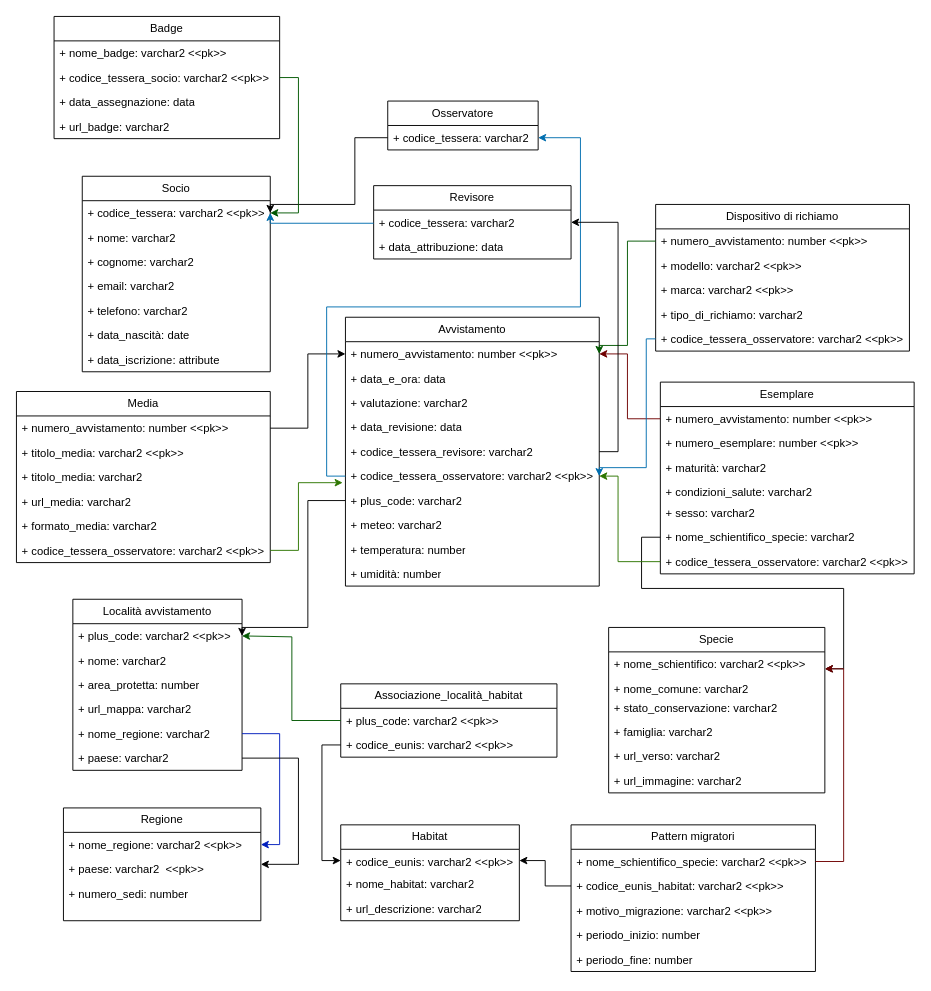
Above: page "Page-2" (2 of 4) of document/DiagramUML.drawio in uni-aca100/db-uni (draw.io), before the change. Source tidied: cells renumbered, new cells numbered last; positions are measured from the earlier drawing's top-left corner, leaving out a move shared by most shapes. Both pictures are drawn from the tidied source at 94%, with x=0, y=0 at pixel (16, 16).
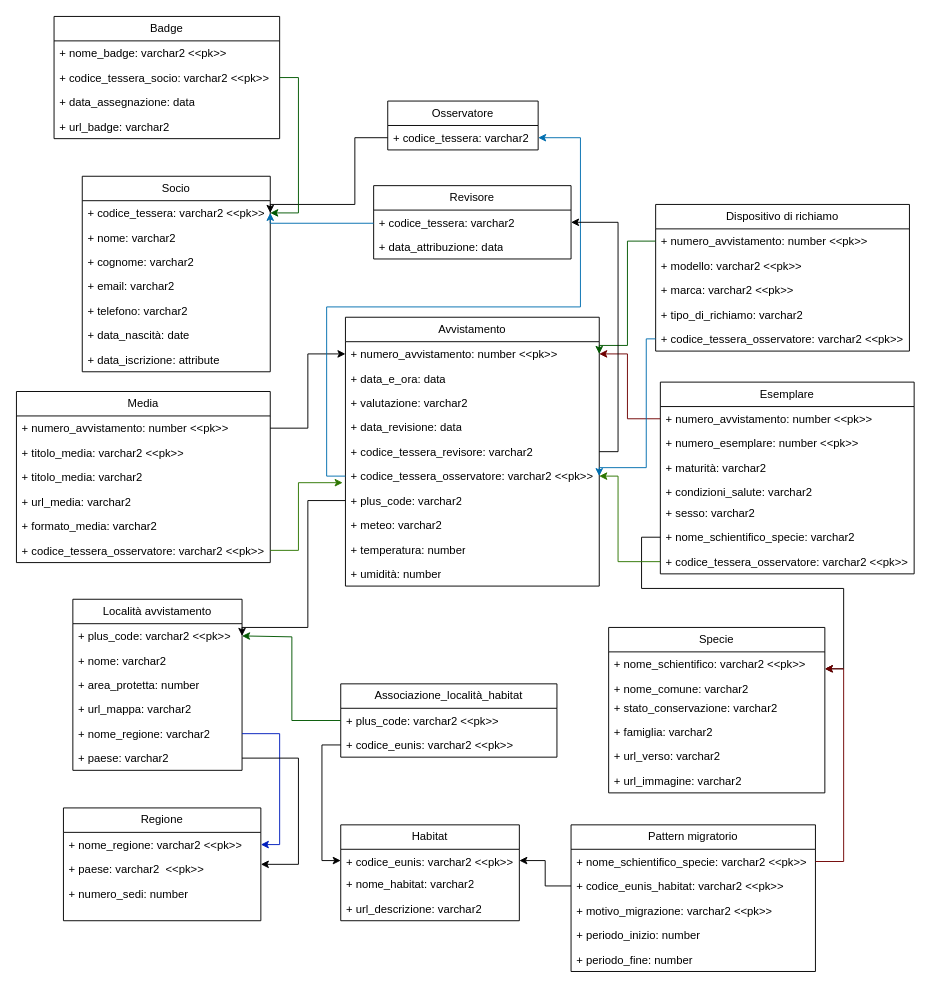
The same diagram, later.

Diff of the diagram source:
```diff
@@
-    <mxCell id="70" value="Pattern migratori" style="swimlane;fontStyle=0;horizontal=1;startSize=26;fillColor=none;whiteSpace=wrap;html=1;" parent="1" vertex="1">
+    <mxCell id="70" value="Pattern migratorio" style="swimlane;fontStyle=0;horizontal=1;startSize=26;fillColor=none;whiteSpace=wrap;html=1;" parent="1" vertex="1">
       <mxGeometry x="590" y="860" width="260" height="156" as="geometry" />
     </mxCell>
```
